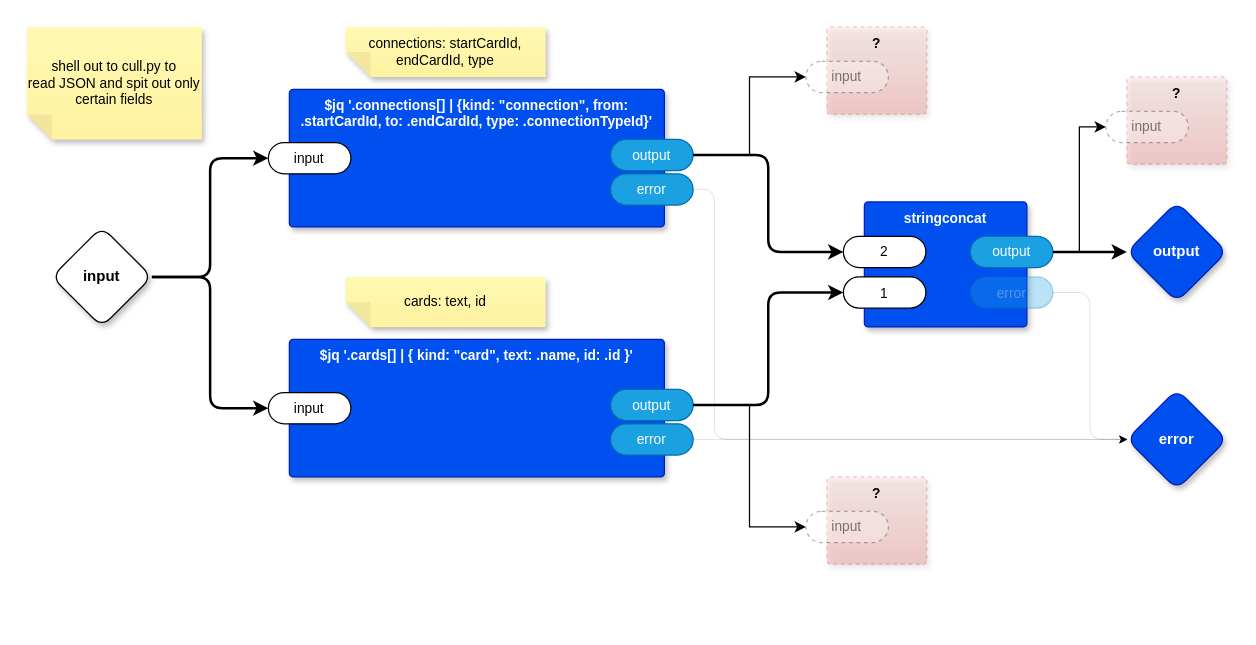
Earlier version of the draw.io diagram page "Extract Semantic Information" (3 of 14) of top.drawio (guitarvydas/kinopio2md). Source tidied: cells renumbered, new cells numbered last; positions are measured from the earlier drawing's top-left corner, leaving out a move shared by most shapes. Both pictures are drawn from the tidied source at 125%, with x=0, y=0 at pixel (26, 26).
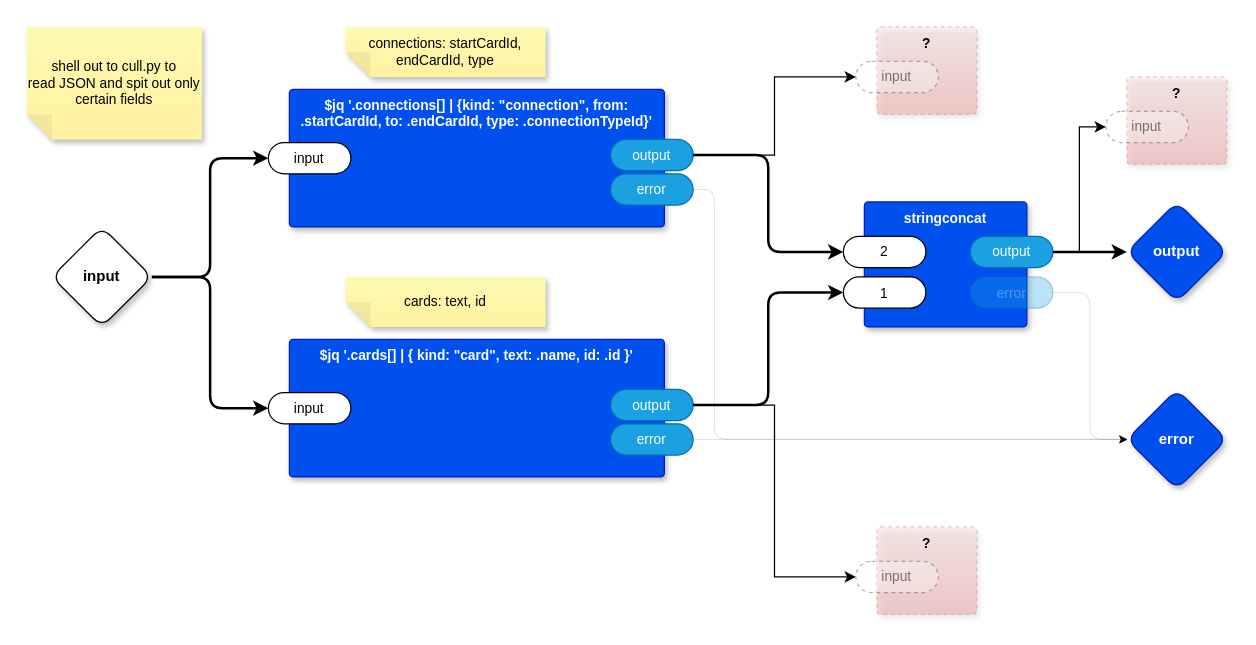
The same diagram, later.

Unchanged cells that the change refers to:
```xml
<mxCell id="12" value="output" style="rounded=1;whiteSpace=wrap;html=1;sketch=0;points=[[0,0.5,0,0,0],[1,0.5,0,0,0]];fillColor=#1ba1e2;fontColor=#ffffff;strokeColor=#006EAF;arcSize=50;fontFamily=Helvetica;fontSize=11;" parent="9" vertex="1">
  <mxGeometry x="257" y="40" width="66" height="25" as="geometry" />
</mxCell>
<mxCell id="16" value="output" style="rounded=1;whiteSpace=wrap;html=1;sketch=0;points=[[0,0.5,0,0,0],[1,0.5,0,0,0]];fillColor=#1ba1e2;fontColor=#ffffff;strokeColor=#006EAF;arcSize=50;fontFamily=Helvetica;fontSize=11;" parent="13" vertex="1">
  <mxGeometry x="257" y="40" width="66" height="25" as="geometry" />
</mxCell>
```

Change to the diagram source:
```diff
@@
-    <mxCell id="31" value="?" style="rounded=1;whiteSpace=wrap;html=1;sketch=0;verticalAlign=top;arcSize=6;fontStyle=1;absoluteArcSize=1;shadow=1;strokeColor=#b85450;fillColor=#f8cecc;fontFamily=Helvetica;fontSize=11;dashed=1;opacity=30;gradientColor=#ea6b66;" parent="1" vertex="1">
-      <mxGeometry x="640" y="360" width="80" height="70" as="geometry" />
-    </mxCell>
-    <mxCell id="32" value="input" style="rounded=1;whiteSpace=wrap;html=1;sketch=0;points=[[0,0.5,0,0,0],[1,0.5,0,0,0]];arcSize=50;fontFamily=Helvetica;fontSize=11;fontColor=default;dashed=1;textOpacity=50;opacity=30;" parent="31" vertex="1">
-      <mxGeometry x="-16.8" y="27.5" width="66" height="25" as="geometry" />
-    </mxCell>
-    <mxCell id="33" value="?" style="rounded=1;whiteSpace=wrap;html=1;sketch=0;verticalAlign=top;arcSize=6;fontStyle=1;absoluteArcSize=1;shadow=1;strokeColor=#b85450;fillColor=#f8cecc;fontFamily=Helvetica;fontSize=11;dashed=1;opacity=30;gradientColor=#ea6b66;" parent="1" vertex="1">
-      <mxGeometry x="640" width="80" height="70" as="geometry" />
-    </mxCell>
-    <mxCell id="34" value="input" style="rounded=1;whiteSpace=wrap;html=1;sketch=0;points=[[0,0.5,0,0,0],[1,0.5,0,0,0]];arcSize=50;fontFamily=Helvetica;fontSize=11;fontColor=default;dashed=1;textOpacity=50;opacity=30;" parent="33" vertex="1">
-      <mxGeometry x="-16.8" y="27.5" width="66" height="25" as="geometry" />
-    </mxCell>
-    <mxCell id="35" style="edgeStyle=orthogonalEdgeStyle;rounded=0;jettySize=auto;html=1;exitX=1;exitY=0.5;exitDx=0;exitDy=0;exitPerimeter=0;entryX=0;entryY=0.5;entryDx=0;entryDy=0;entryPerimeter=0;" parent="1" edge="1" source="16" target="32">
-      <mxGeometry relative="1" as="geometry" />
-    </mxCell>
-    <mxCell id="36" style="edgeStyle=orthogonalEdgeStyle;rounded=0;jettySize=auto;html=1;exitX=1;exitY=0.5;exitDx=0;exitDy=0;exitPerimeter=0;entryX=0;entryY=0.5;entryDx=0;entryDy=0;entryPerimeter=0;" parent="1" edge="1" source="12" target="34">
-      <mxGeometry relative="1" as="geometry" />
-    </mxCell>
@@
+    <mxCell id="38" value="?" style="rounded=1;whiteSpace=wrap;html=1;sketch=0;verticalAlign=top;arcSize=6;fontStyle=1;absoluteArcSize=1;shadow=1;strokeColor=#b85450;fillColor=#f8cecc;fontFamily=Helvetica;fontSize=11;dashed=1;opacity=30;gradientColor=#ea6b66;" parent="1" vertex="1">
+      <mxGeometry x="680" width="80" height="70" as="geometry" />
+    </mxCell>
+    <mxCell id="39" value="input" style="rounded=1;whiteSpace=wrap;html=1;sketch=0;points=[[0,0.5,0,0,0],[1,0.5,0,0,0]];arcSize=50;fontFamily=Helvetica;fontSize=11;fontColor=default;dashed=1;textOpacity=50;opacity=30;" parent="38" vertex="1">
+      <mxGeometry x="-16.8" y="27.5" width="66" height="25" as="geometry" />
+    </mxCell>
+    <mxCell id="40" value="?" style="rounded=1;whiteSpace=wrap;html=1;sketch=0;verticalAlign=top;arcSize=6;fontStyle=1;absoluteArcSize=1;shadow=1;strokeColor=#b85450;fillColor=#f8cecc;fontFamily=Helvetica;fontSize=11;dashed=1;opacity=30;gradientColor=#ea6b66;" parent="1" vertex="1">
+      <mxGeometry x="680" y="400" width="80" height="70" as="geometry" />
+    </mxCell>
+    <mxCell id="41" value="input" style="rounded=1;whiteSpace=wrap;html=1;sketch=0;points=[[0,0.5,0,0,0],[1,0.5,0,0,0]];arcSize=50;fontFamily=Helvetica;fontSize=11;fontColor=default;dashed=1;textOpacity=50;opacity=30;" parent="40" vertex="1">
+      <mxGeometry x="-16.8" y="27.5" width="66" height="25" as="geometry" />
+    </mxCell>
+    <mxCell id="42" style="edgeStyle=orthogonalEdgeStyle;rounded=0;jettySize=auto;html=1;exitX=1;exitY=0.5;exitDx=0;exitDy=0;exitPerimeter=0;entryX=0;entryY=0.5;entryDx=0;entryDy=0;entryPerimeter=0;" parent="1" edge="1" source="16" target="41">
+      <mxGeometry relative="1" as="geometry" />
+    </mxCell>
+    <mxCell id="43" style="edgeStyle=orthogonalEdgeStyle;rounded=0;jettySize=auto;html=1;exitX=1;exitY=0.5;exitDx=0;exitDy=0;exitPerimeter=0;entryX=0;entryY=0.5;entryDx=0;entryDy=0;entryPerimeter=0;" parent="1" edge="1" source="12" target="39">
+      <mxGeometry relative="1" as="geometry" />
+    </mxCell>
```
